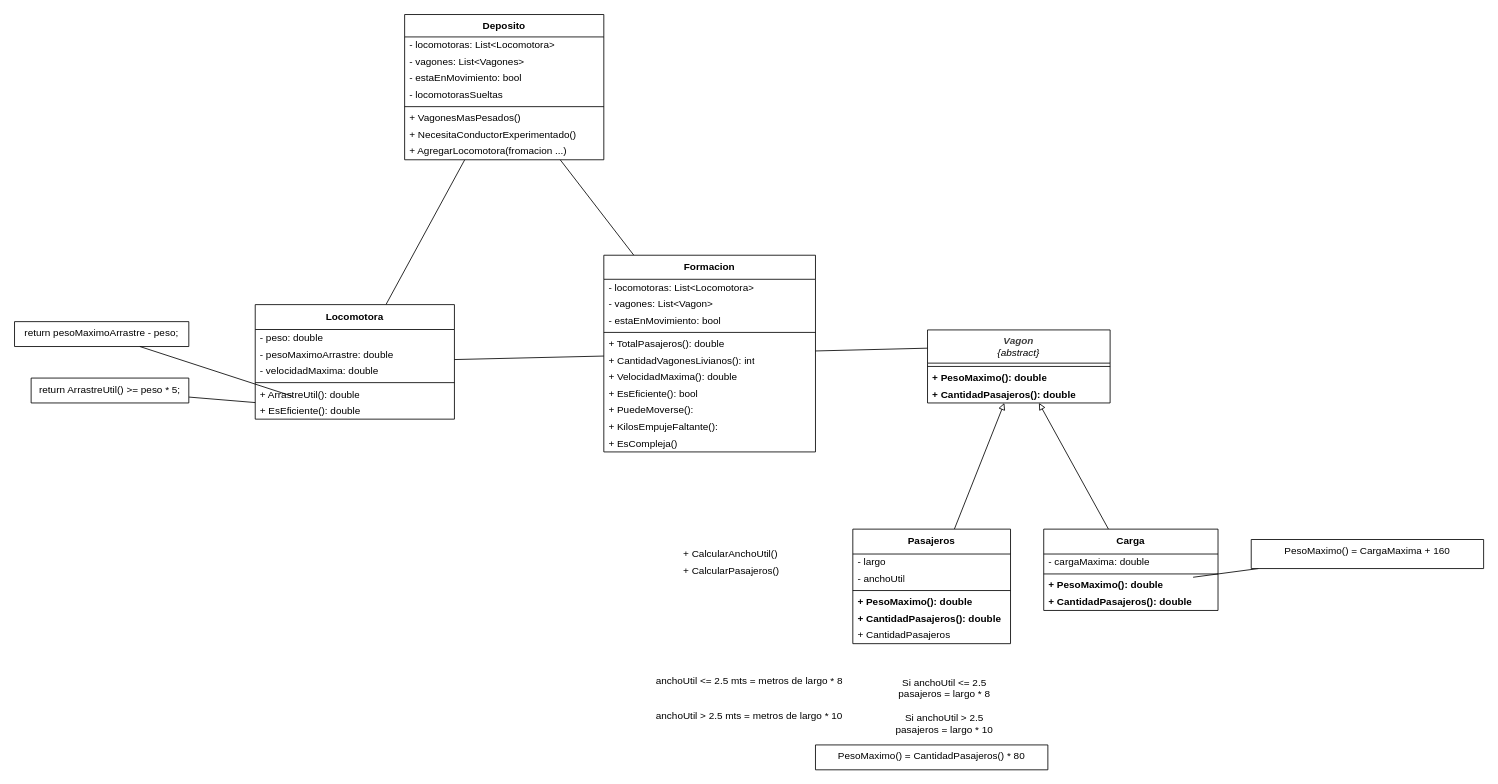
gastonjavierricchiardi/ejercicios-csharp-utn-2026 keeps this draw.io diagram as src/TrenesyDepositos/EJTrenesDepositosCS.dio. Above is the earlier version. Source tidied: cells renumbered, new cells numbered last; positions are measured from the earlier drawing's top-left corner, leaving out a move shared by most shapes. Both pictures are drawn from the tidied source at 83%, with x=0, y=0 at pixel (14, 14).
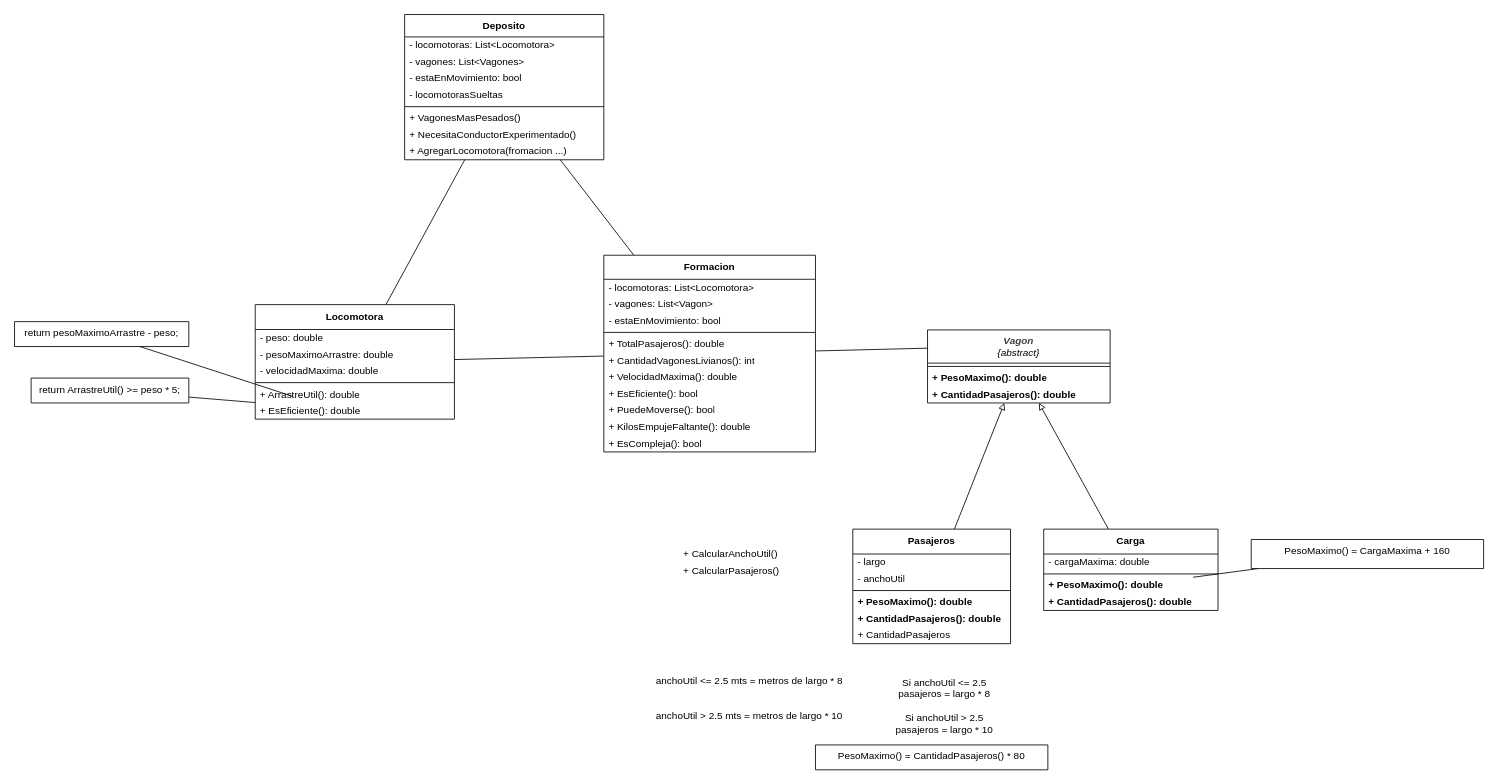
The same page after the edit.

Commit message:
subimos el diagrama

The change refers to these unchanged cells:
```xml
<mxCell id="43" value="&lt;b&gt;Formacion&lt;/b&gt;" style="swimlane;fontStyle=0;align=center;verticalAlign=top;horizontal=1;startSize=29;html=1;whiteSpace=wrap;" parent="1" vertex="1">
  <mxGeometry x="710" y="290" width="255" height="237" as="geometry" />
</mxCell>
```

Diff of the diagram source:
```diff
@@
-    <mxCell id="52" value="+ PuedeMoverse():" style="text;html=1;strokeColor=none;fillColor=none;align=left;verticalAlign=middle;spacingLeft=4;spacingRight=4;overflow=hidden;whiteSpace=wrap;" parent="43" vertex="1">
+    <mxCell id="52" value="+ PuedeMoverse(): bool" style="text;html=1;strokeColor=none;fillColor=none;align=left;verticalAlign=middle;spacingLeft=4;spacingRight=4;overflow=hidden;whiteSpace=wrap;" parent="43" vertex="1">
       <mxGeometry y="177" width="255" height="20" as="geometry" />
     </mxCell>
-    <mxCell id="53" value="+ KilosEmpujeFaltante():" style="text;html=1;strokeColor=none;fillColor=none;align=left;verticalAlign=middle;spacingLeft=4;spacingRight=4;overflow=hidden;whiteSpace=wrap;" parent="43" vertex="1">
+    <mxCell id="53" value="+ KilosEmpujeFaltante(): double" style="text;html=1;strokeColor=none;fillColor=none;align=left;verticalAlign=middle;spacingLeft=4;spacingRight=4;overflow=hidden;whiteSpace=wrap;" parent="43" vertex="1">
       <mxGeometry y="197" width="255" height="20" as="geometry" />
     </mxCell>
-    <mxCell id="54" value="+ EsCompleja()" style="text;html=1;strokeColor=none;fillColor=none;align=left;verticalAlign=middle;spacingLeft=4;spacingRight=4;overflow=hidden;whiteSpace=wrap;" parent="43" vertex="1">
+    <mxCell id="54" value="+ EsCompleja(): bool" style="text;html=1;strokeColor=none;fillColor=none;align=left;verticalAlign=middle;spacingLeft=4;spacingRight=4;overflow=hidden;whiteSpace=wrap;" parent="43" vertex="1">
       <mxGeometry y="217" width="255" height="20" as="geometry" />
     </mxCell>
```
